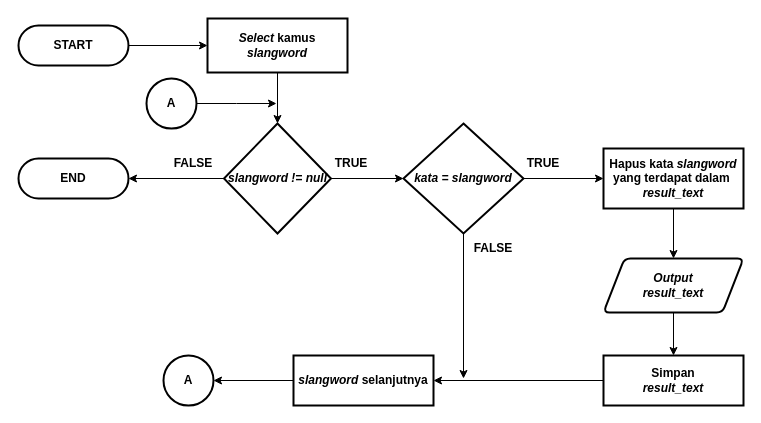
Before: Dokumen TA/Paper/Flowchart/Flowchart proses slangword.drawio in muspriandi/TextMining-SentimentAnalysis, a draw.io diagram. Source tidied: cells renumbered, new cells numbered last; positions are measured from the earlier drawing's top-left corner, leaving out a move shared by most shapes. Both pictures are drawn from the tidied source at 100%, with x=0, y=0 at pixel (18, 18).
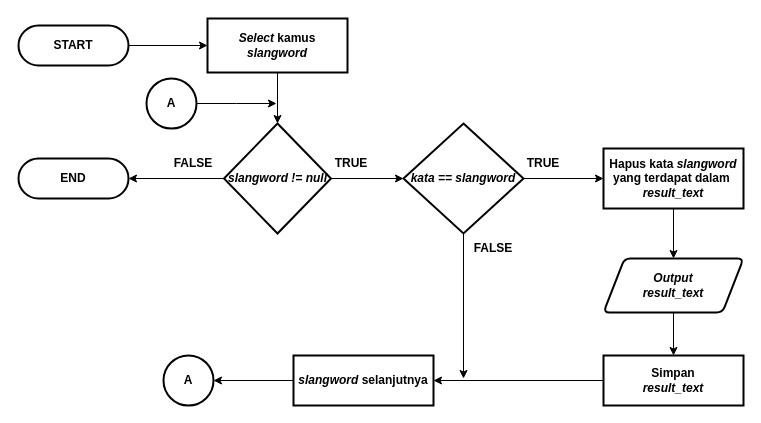
The same page after the edit.

What changed in the source:
```diff
@@
-    <mxCell id="13" value="&lt;b style=&quot;font-family: &amp;#34;helvetica&amp;#34;&quot;&gt;&lt;i&gt;kata = slangword&lt;/i&gt;&lt;/b&gt;" style="strokeWidth=2;html=1;shape=mxgraph.flowchart.decision;whiteSpace=wrap;rounded=1;align=center;fontStyle=1;" parent="1" vertex="1">
+    <mxCell id="13" value="&lt;b style=&quot;font-family: &amp;#34;helvetica&amp;#34;&quot;&gt;&lt;i&gt;kata == slangword&lt;/i&gt;&lt;/b&gt;" style="strokeWidth=2;html=1;shape=mxgraph.flowchart.decision;whiteSpace=wrap;rounded=1;align=center;fontStyle=1;" parent="1" vertex="1">
       <mxGeometry x="385" y="105" width="120" height="110" as="geometry" />
     </mxCell>
```
